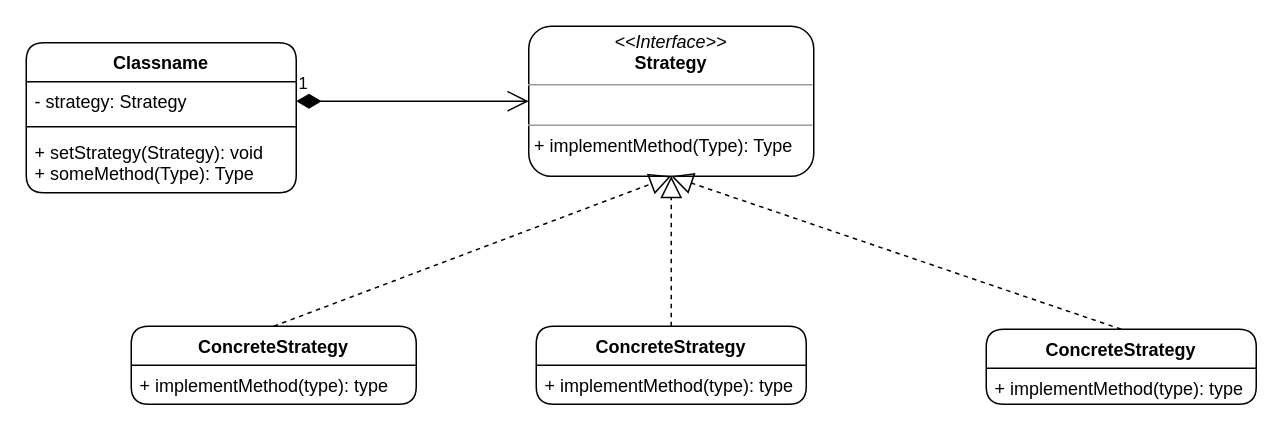
Above: 设计模式/program/src/strategy/Strategy.drawio in binggouxsm/JAVA-Reference (draw.io), before the change. Source tidied: cells renumbered, new cells numbered last; positions are measured from the earlier drawing's top-left corner, leaving out a move shared by most shapes. Both pictures are drawn from the tidied source at 150%, with x=0, y=0 at pixel (26, 26).
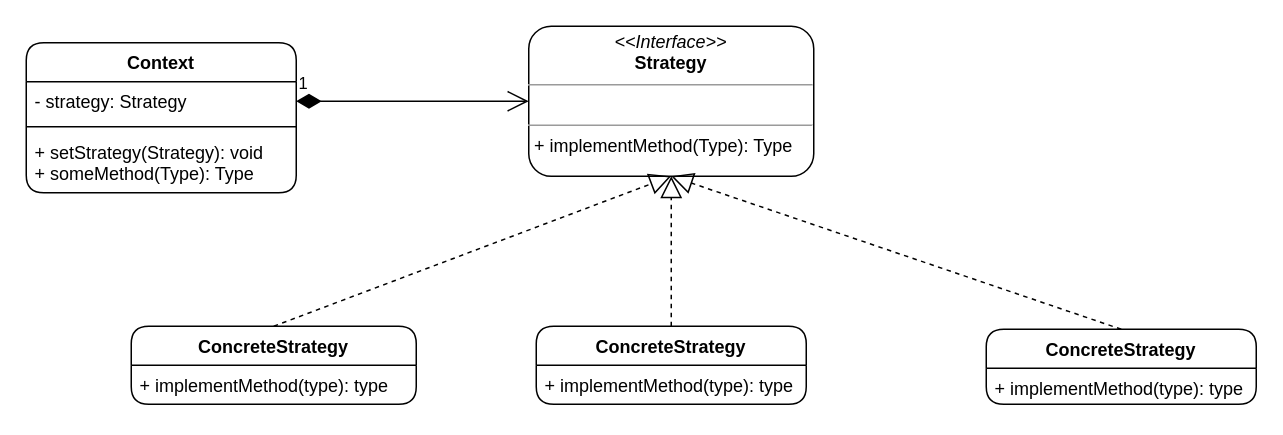
Above is the later version.

What changed in the source:
```diff
@@
 <mxGraphModel>
   <root>
     <mxCell id="0" />
     <mxCell id="1" parent="0" />
     <mxCell id="2" value="ConcreteStrategy" style="swimlane;fontStyle=1;align=center;verticalAlign=top;horizontal=1;startSize=26;rounded=1;" parent="1" vertex="1">
       <mxGeometry x="70" y="200" width="190" height="52" as="geometry" />
     </mxCell>
     <mxCell id="3" value="+ implementMethod(type): type" style="text;strokeColor=none;fillColor=none;align=left;verticalAlign=top;spacingLeft=4;spacingRight=4;overflow=hidden;rounded=1;" parent="2" vertex="1">
       <mxGeometry y="26" width="190" height="26" as="geometry" />
     </mxCell>
     <mxCell id="4" value="&lt;p style=&quot;margin: 0px ; margin-top: 4px ; text-align: center&quot;&gt;&lt;i&gt;&amp;lt;&amp;lt;Interface&amp;gt;&amp;gt;&lt;/i&gt;&lt;br&gt;&lt;b&gt;Strategy&lt;/b&gt;&lt;/p&gt;&lt;hr size=&quot;1&quot;&gt;&lt;p style=&quot;margin: 0px ; margin-left: 4px&quot;&gt;&lt;br&gt;&lt;/p&gt;&lt;hr size=&quot;1&quot;&gt;&lt;p style=&quot;margin: 0px ; margin-left: 4px&quot;&gt;+ implementMethod(Type): Type&lt;br&gt;&lt;/p&gt;" style="verticalAlign=top;align=left;overflow=fill;fontSize=12;fontFamily=Helvetica;html=1;rounded=1;" parent="1" vertex="1">
       <mxGeometry x="335" width="190" height="100" as="geometry" />
     </mxCell>
     <mxCell id="5" style="endArrow=block;dashed=1;endFill=0;endSize=12;html=1;entryX=0.5;entryY=1;entryDx=0;entryDy=0;exitX=0.5;exitY=0;exitDx=0;exitDy=0;" parent="1" edge="1" source="2" target="4">
       <mxGeometry relative="1" as="geometry" />
     </mxCell>
     <mxCell id="6" value="ConcreteStrategy" style="swimlane;fontStyle=1;align=center;verticalAlign=top;horizontal=1;startSize=26;rounded=1;" parent="1" vertex="1">
       <mxGeometry x="340" y="200" width="180" height="52" as="geometry" />
     </mxCell>
     <mxCell id="7" value="+ implementMethod(type): type" style="text;strokeColor=none;fillColor=none;align=left;verticalAlign=top;spacingLeft=4;spacingRight=4;overflow=hidden;rounded=1;" parent="6" vertex="1">
       <mxGeometry y="26" width="180" height="26" as="geometry" />
     </mxCell>
     <mxCell id="8" value="ConcreteStrategy" style="swimlane;fontStyle=1;align=center;verticalAlign=top;horizontal=1;startSize=26;rounded=1;" parent="1" vertex="1">
       <mxGeometry x="640" y="202" width="180" height="50" as="geometry" />
     </mxCell>
     <mxCell id="9" value="+ implementMethod(type): type" style="text;strokeColor=none;fillColor=none;align=left;verticalAlign=top;spacingLeft=4;spacingRight=4;overflow=hidden;rounded=1;" parent="8" vertex="1">
       <mxGeometry y="26" width="180" height="24" as="geometry" />
     </mxCell>
     <mxCell id="10" style="endArrow=block;dashed=1;endFill=0;endSize=12;html=1;exitX=0.5;exitY=0;exitDx=0;exitDy=0;entryX=0.5;entryY=1;entryDx=0;entryDy=0;" parent="1" edge="1" source="6" target="4">
       <mxGeometry relative="1" as="geometry" />
     </mxCell>
     <mxCell id="11" style="endArrow=block;dashed=1;endFill=0;endSize=12;html=1;exitX=0.5;exitY=0;exitDx=0;exitDy=0;entryX=0.5;entryY=1;entryDx=0;entryDy=0;" parent="1" edge="1" source="8" target="4">
       <mxGeometry relative="1" as="geometry" />
     </mxCell>
-    <mxCell id="12" value="Classname" style="swimlane;fontStyle=1;align=center;verticalAlign=top;horizontal=1;startSize=26;rounded=1;" parent="1" vertex="1">
+    <mxCell id="12" value="Context" style="swimlane;fontStyle=1;align=center;verticalAlign=top;horizontal=1;startSize=26;rounded=1;" parent="1" vertex="1">
       <mxGeometry y="11" width="180" height="100" as="geometry" />
     </mxCell>
     <mxCell id="13" value="- strategy: Strategy" style="text;strokeColor=none;fillColor=none;align=left;verticalAlign=top;spacingLeft=4;spacingRight=4;overflow=hidden;points=[[0,0.5],[1,0.5]];portConstraint=eastwest;" parent="12" vertex="1">
       <mxGeometry y="26" width="180" height="26" as="geometry" />
     </mxCell>
     <mxCell id="14" style="line;strokeWidth=1;fillColor=none;align=left;verticalAlign=middle;spacingTop=-1;spacingLeft=3;spacingRight=3;labelPosition=right;" parent="12" vertex="1">
       <mxGeometry y="52" width="180" height="8" as="geometry" />
     </mxCell>
     <mxCell id="15" value="+ setStrategy(Strategy): void&#10;+ someMethod(Type): Type" style="text;strokeColor=none;fillColor=none;align=left;verticalAlign=top;spacingLeft=4;spacingRight=4;overflow=hidden;" parent="12" vertex="1">
       <mxGeometry y="60" width="180" height="40" as="geometry" />
     </mxCell>
     <mxCell id="16" value="1" style="endArrow=open;html=1;endSize=12;startArrow=diamondThin;startSize=14;startFill=1;edgeStyle=orthogonalEdgeStyle;align=left;verticalAlign=bottom;exitX=1;exitY=0.5;exitDx=0;exitDy=0;entryX=0;entryY=0.5;entryDx=0;entryDy=0;" parent="1" edge="1" source="13" target="4">
       <mxGeometry x="-1" y="3" relative="1" as="geometry" />
     </mxCell>
   </root>
 </mxGraphModel>
```
